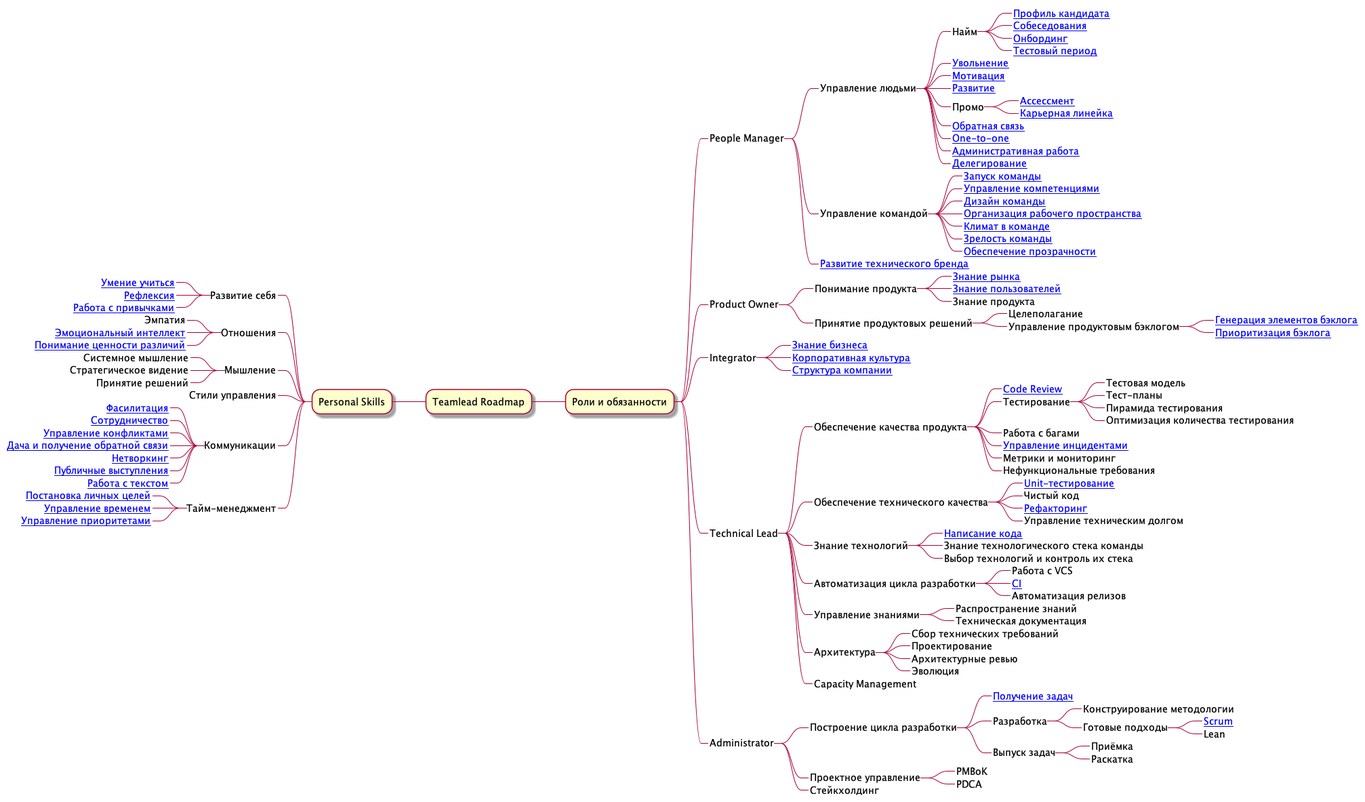
This is roadmap.png from tlbootcamp/tlroadmap, a PlantUML export, as it was before one commit.
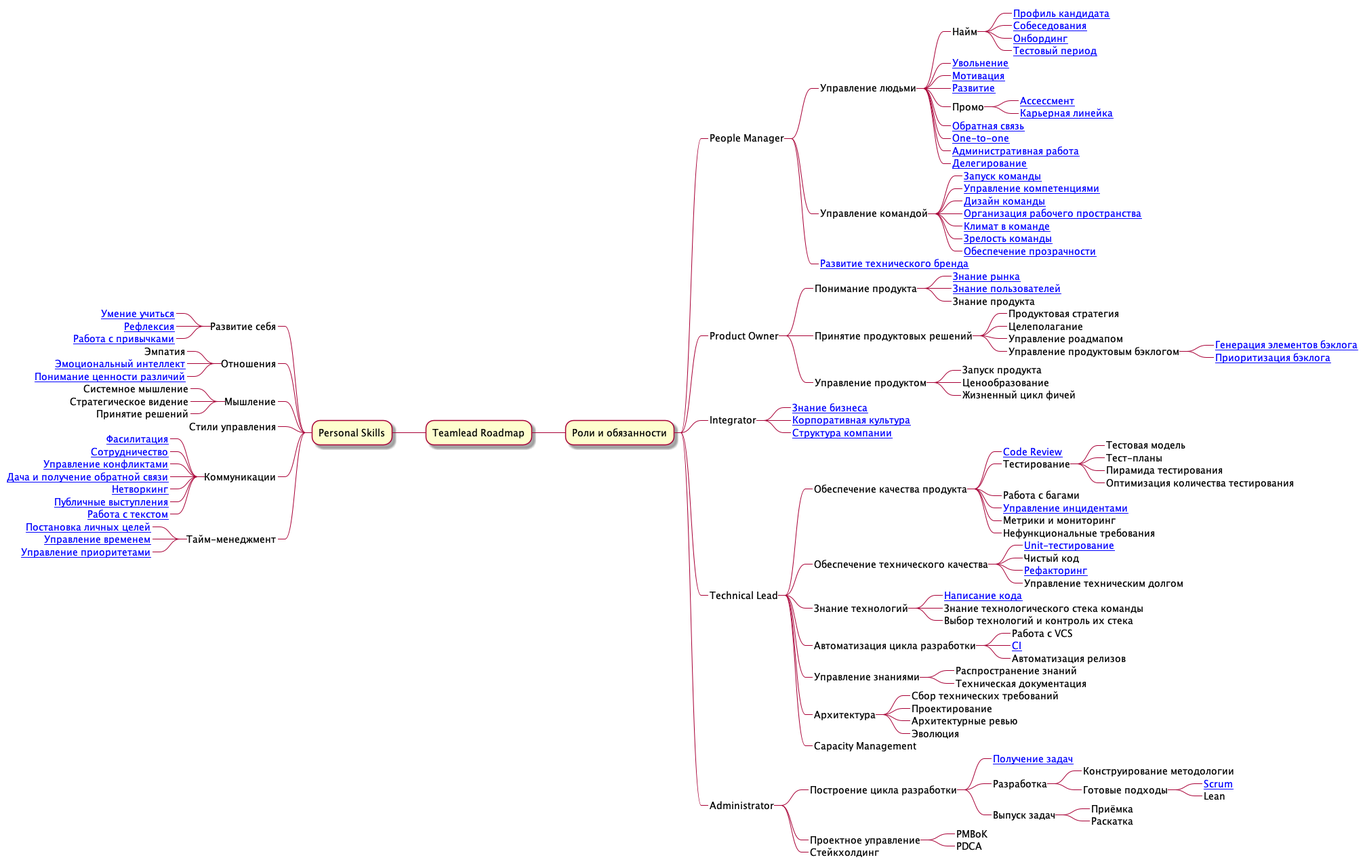
After the change.

Diff of the diagram source:
```diff
@@ -33,10 +33,16 @@
 *****_ [[https://github.com/tlbootcamp/tlroadmap/blob/master/skills/product-owner/user-knowledge.md Знание пользователей]]
 *****_ Знание продукта
 ****_ Принятие продуктовых решений
+*****_ Продуктовая стратегия
 *****_ Целеполагание
+*****_ Управление роадмапом
 *****_ Управление продуктовым бэклогом
 ******_ [[https://github.com/tlbootcamp/tlroadmap/blob/master/skills/product-owner/backlog-generation.md Генерация элементов бэклога]]
 ******_ [[https://github.com/tlbootcamp/tlroadmap/blob/master/skills/product-owner/backlog-prioritization.md Приоритизация бэклога]]
+****_ Управление продуктом
+*****_ Запуск продукта
+*****_ Ценообразование
+*****_ Жизненный цикл фичей
 ***_ Integrator
 ****_ [[https://github.com/tlbootcamp/tlroadmap/blob/master/skills/integrator/business-knowledge.md Знание бизнеса]]
 ****_ [[https://github.com/tlbootcamp/tlroadmap/blob/master/skills/integrator/corporate-culture.md Корпоративная культура]]
```
